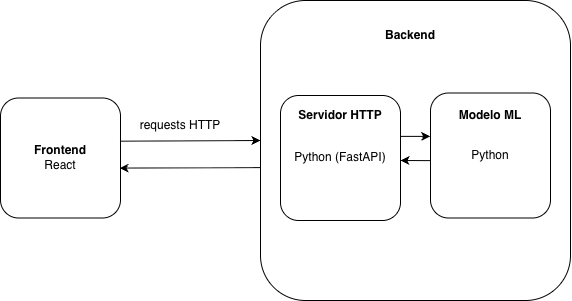
This is img/arquitectura.png from tpp-grupo-166/informe, a draw.io export, as it was before one commit. Source tidied: cells renumbered, new cells last; positions are measured from the earlier drawing's top-left corner, leaving out a move shared by most shapes. The source it was exported from:
```xml
<mxGraphModel>
  <root>
    <mxCell id="0" />
    <mxCell id="1" parent="0" />
    <mxCell id="2" value="&lt;b&gt;Frontend&lt;/b&gt;&lt;div&gt;React&lt;/div&gt;" style="rounded=1;whiteSpace=wrap;html=1;" parent="1" vertex="1">
      <mxGeometry y="97.5" width="120" height="120" as="geometry" />
    </mxCell>
    <mxCell id="3" style="rounded=1;whiteSpace=wrap;html=1;" parent="1" vertex="1">
      <mxGeometry x="260" width="310" height="300" as="geometry" />
    </mxCell>
    <mxCell id="4" value="&lt;b&gt;Backend&lt;/b&gt;" style="text;html=1;whiteSpace=wrap;strokeColor=none;fillColor=none;align=center;verticalAlign=middle;rounded=0;" parent="1" vertex="1">
      <mxGeometry x="380" y="20" width="60" height="30" as="geometry" />
    </mxCell>
    <mxCell id="5" value="&lt;div&gt;&lt;br&gt;&lt;/div&gt;&lt;div&gt;Python (FastAPI)&lt;br&gt;&lt;div&gt;&lt;b&gt;&lt;br&gt;&lt;/b&gt;&lt;/div&gt;&lt;/div&gt;" style="rounded=1;whiteSpace=wrap;html=1;" parent="1" vertex="1">
      <mxGeometry x="280" y="95" width="120" height="125" as="geometry" />
    </mxCell>
    <mxCell id="6" value="&lt;div&gt;&lt;br&gt;&lt;/div&gt;&lt;div&gt;Python&lt;br&gt;&lt;div&gt;&lt;b&gt;&lt;br&gt;&lt;/b&gt;&lt;/div&gt;&lt;/div&gt;" style="rounded=1;whiteSpace=wrap;html=1;" parent="1" vertex="1">
      <mxGeometry x="430" y="92.5" width="120" height="125" as="geometry" />
    </mxCell>
    <mxCell id="7" value="&lt;b&gt;Servidor HTTP&lt;/b&gt;" style="text;html=1;whiteSpace=wrap;strokeColor=none;fillColor=none;align=center;verticalAlign=middle;rounded=0;" parent="1" vertex="1">
      <mxGeometry x="290" y="100" width="100" height="30" as="geometry" />
    </mxCell>
    <mxCell id="8" value="&lt;b&gt;Modelo ML&lt;/b&gt;" style="text;html=1;whiteSpace=wrap;strokeColor=none;fillColor=none;align=center;verticalAlign=middle;rounded=0;" parent="1" vertex="1">
      <mxGeometry x="440" y="100" width="100" height="30" as="geometry" />
    </mxCell>
    <mxCell id="9" style="endArrow=classic;html=1;rounded=0;exitX=0.996;exitY=0.36;exitDx=0;exitDy=0;exitPerimeter=0;" parent="1" edge="1" source="2">
      <mxGeometry relative="1" as="geometry">
        <mxPoint x="260" y="140" as="targetPoint" />
      </mxGeometry>
    </mxCell>
    <mxCell id="10" style="endArrow=classic;html=1;rounded=0;entryX=0.992;entryY=0.584;entryDx=0;entryDy=0;entryPerimeter=0;exitX=-0.001;exitY=0.557;exitDx=0;exitDy=0;exitPerimeter=0;" parent="1" edge="1" source="3" target="2">
      <mxGeometry relative="1" as="geometry" />
    </mxCell>
    <mxCell id="11" value="requests HTTP" style="text;html=1;whiteSpace=wrap;strokeColor=none;fillColor=none;align=center;verticalAlign=middle;rounded=0;" parent="1" vertex="1">
      <mxGeometry x="130" y="110" width="100" height="30" as="geometry" />
    </mxCell>
    <mxCell id="12" style="endArrow=classic;html=1;rounded=0;exitX=0.996;exitY=0.327;exitDx=0;exitDy=0;exitPerimeter=0;entryX=-0.002;entryY=0.347;entryDx=0;entryDy=0;entryPerimeter=0;" parent="1" edge="1" source="5" target="6">
      <mxGeometry relative="1" as="geometry" />
    </mxCell>
    <mxCell id="13" style="endArrow=classic;html=1;rounded=0;exitX=0;exitY=0.541;exitDx=0;exitDy=0;exitPerimeter=0;" parent="1" edge="1" source="6">
      <mxGeometry relative="1" as="geometry">
        <mxPoint x="400" y="160" as="targetPoint" />
      </mxGeometry>
    </mxCell>
  </root>
</mxGraphModel>
```
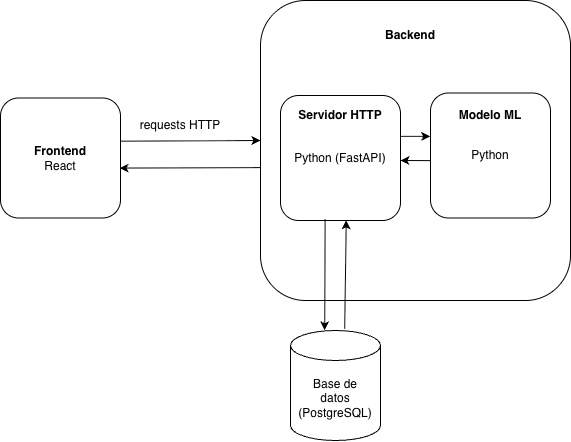
Above is the later version.

Commit message:
actualizo diagrama arquitectura

The edit, as a diff of the source:
```diff
@@ -42,5 +42,14 @@
         <mxPoint x="400" y="160" as="targetPoint" />
       </mxGeometry>
     </mxCell>
+    <mxCell id="14" value="Base de&lt;div&gt;datos&lt;/div&gt;&lt;div&gt;(PostgreSQL)&lt;/div&gt;" style="shape=cylinder3;whiteSpace=wrap;html=1;boundedLbl=1;backgroundOutline=1;size=15;" parent="1" vertex="1">
+      <mxGeometry x="290" y="330" width="90" height="110" as="geometry" />
+    </mxCell>
+    <mxCell id="15" style="endArrow=classic;html=1;rounded=0;exitX=0.372;exitY=0.992;exitDx=0;exitDy=0;exitPerimeter=0;entryX=0.38;entryY=-0.002;entryDx=0;entryDy=0;entryPerimeter=0;" parent="1" edge="1" source="5" target="14">
+      <mxGeometry relative="1" as="geometry" />
+    </mxCell>
+    <mxCell id="16" style="endArrow=classic;html=1;rounded=0;exitX=0.602;exitY=-0.016;exitDx=0;exitDy=0;exitPerimeter=0;entryX=0.548;entryY=0.998;entryDx=0;entryDy=0;entryPerimeter=0;" parent="1" edge="1" source="14" target="5">
+      <mxGeometry relative="1" as="geometry" />
+    </mxCell>
   </root>
 </mxGraphModel>
```
